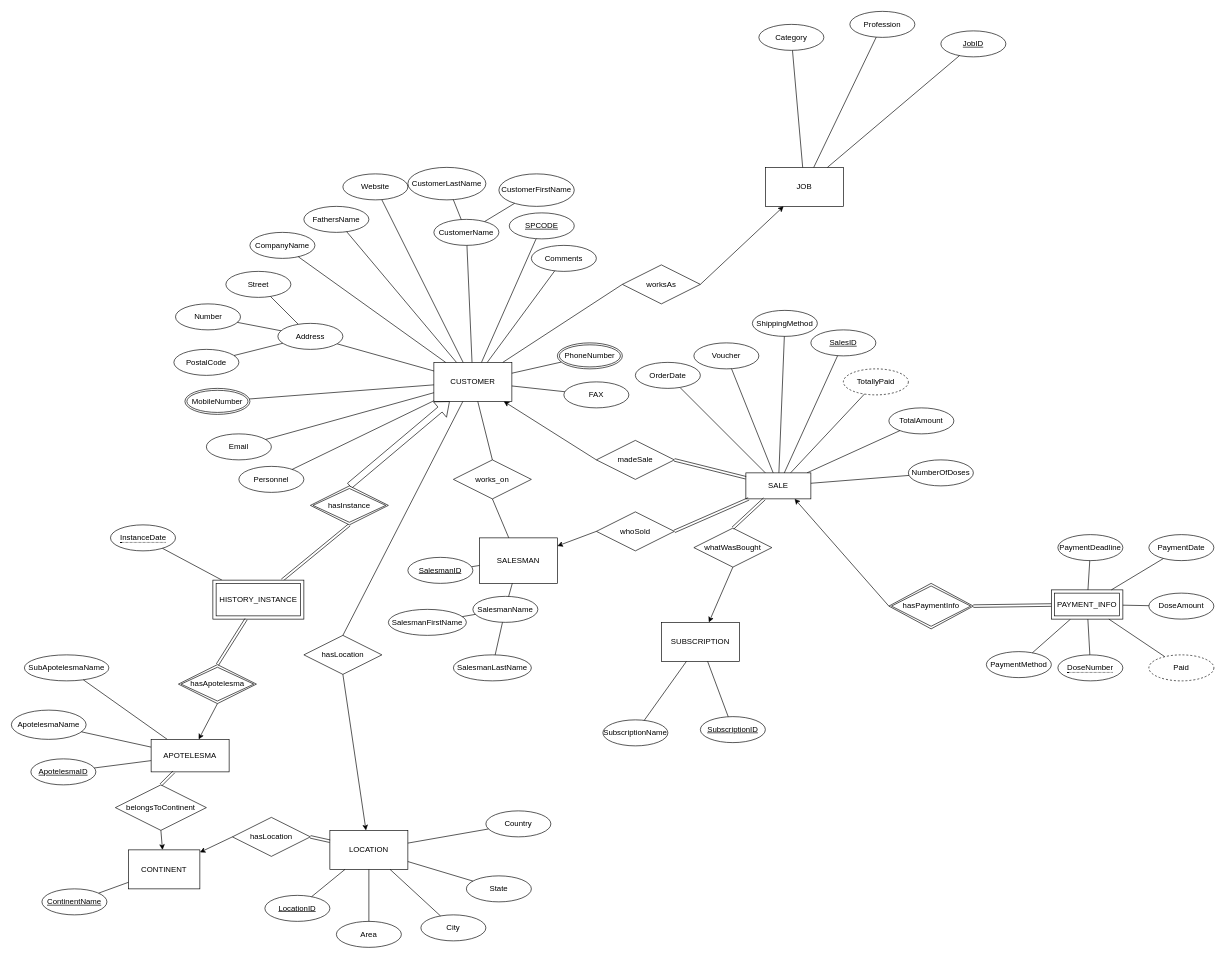
Before: page "Page-1" (1 of 2) of DatabaseFiles/melathronDB.drawio in nickfryganiotis/melathron, a draw.io diagram. Source tidied: cells renumbered, new cells numbered last; positions are measured from the earlier drawing's top-left corner, leaving out a move shared by most shapes. Both pictures are drawn from the tidied source at 65%, with x=0, y=0 at pixel (11, 11).
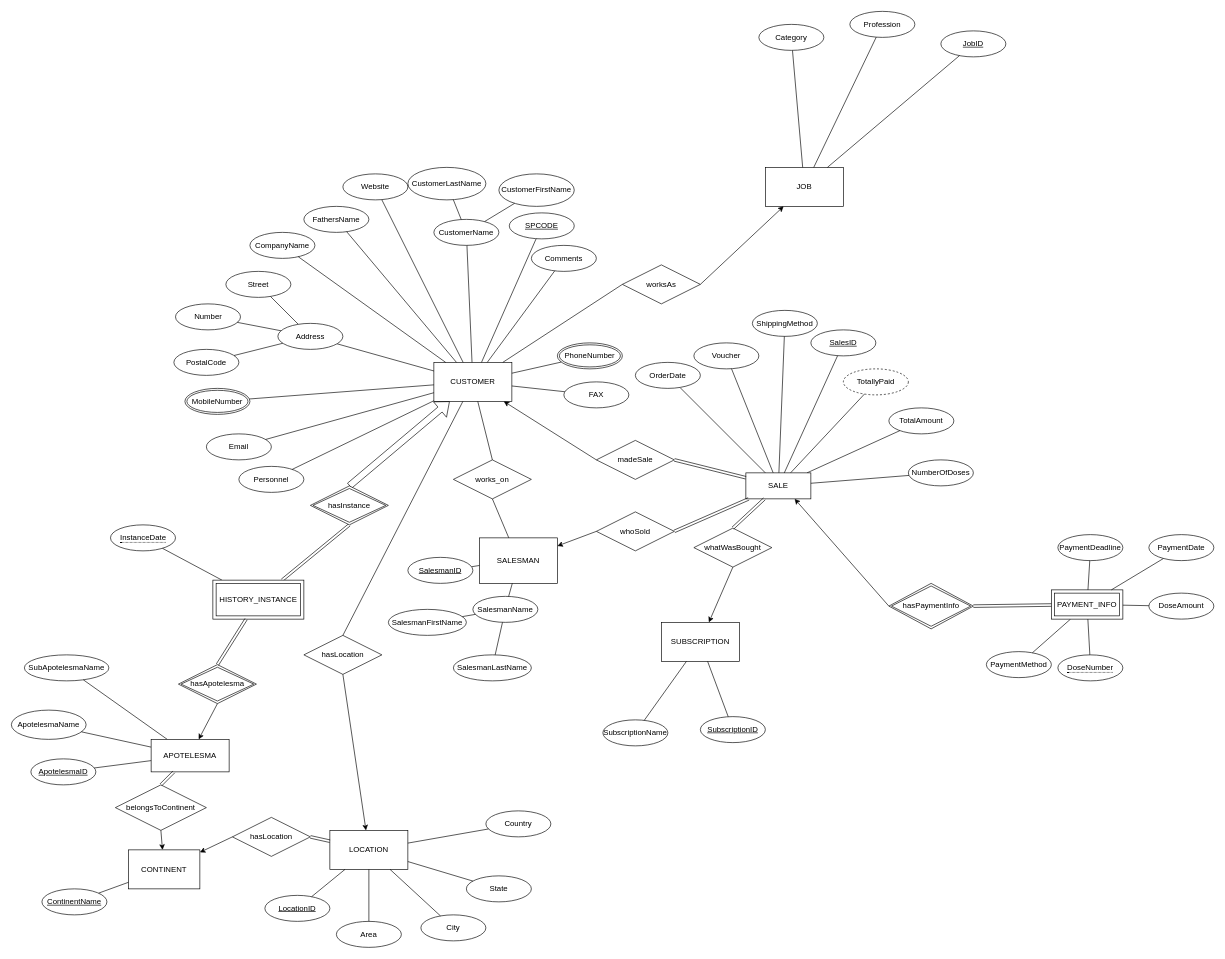
After the change.

Commit message (it also covers changes not shown here):
Trigger για πληρωμή

Πρόσθεσα το trigger που ελέγχει σε εισαγωγή ή ανανέωση δόσης αν το συνολικό ποσό του sale που μετέχει η δόση έχει πληρωθεί (μέσω συνάρτησης)

Unchanged cells that the change refers to:
```xml
<mxCell id="75" value="PAYMENT_INFO" style="shape=ext;margin=3;double=1;whiteSpace=wrap;html=1;align=center;" parent="1" vertex="1">
  <mxGeometry x="1600" y="890" width="110" height="45" as="geometry" />
</mxCell>
```

What changed in the source:
```diff
@@
-    <mxCell id="84" style="endArrow=none;html=1;rounded=0;" parent="1" edge="1" source="85" target="75">
-      <mxGeometry relative="1" as="geometry" />
-    </mxCell>
-    <mxCell id="85" value="Paid" style="ellipse;whiteSpace=wrap;html=1;align=center;dashed=1;" parent="1" vertex="1">
-      <mxGeometry x="1750" y="990" width="100" height="40" as="geometry" />
-    </mxCell>
```
